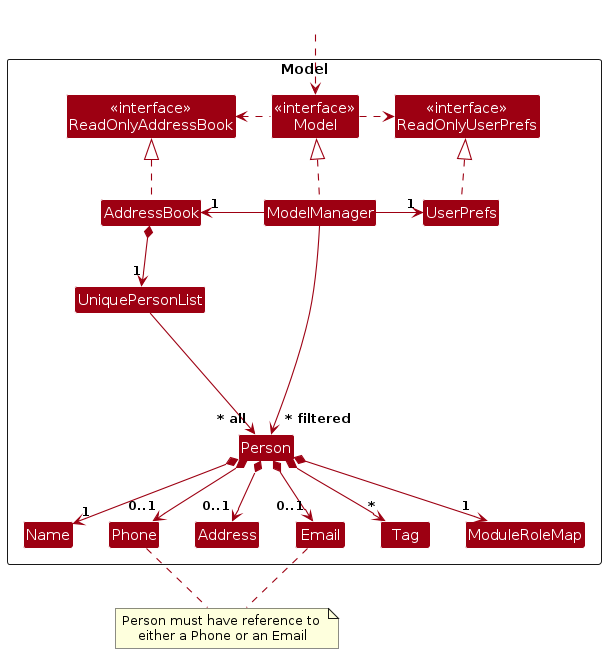
Before: diagrams/ModelClassDiagram.png, a diagram exported from PlantUML (AY2425S1-CS2103T-F12-1/tp). Its source is kept beside it as diagrams/ModelClassDiagram.puml.
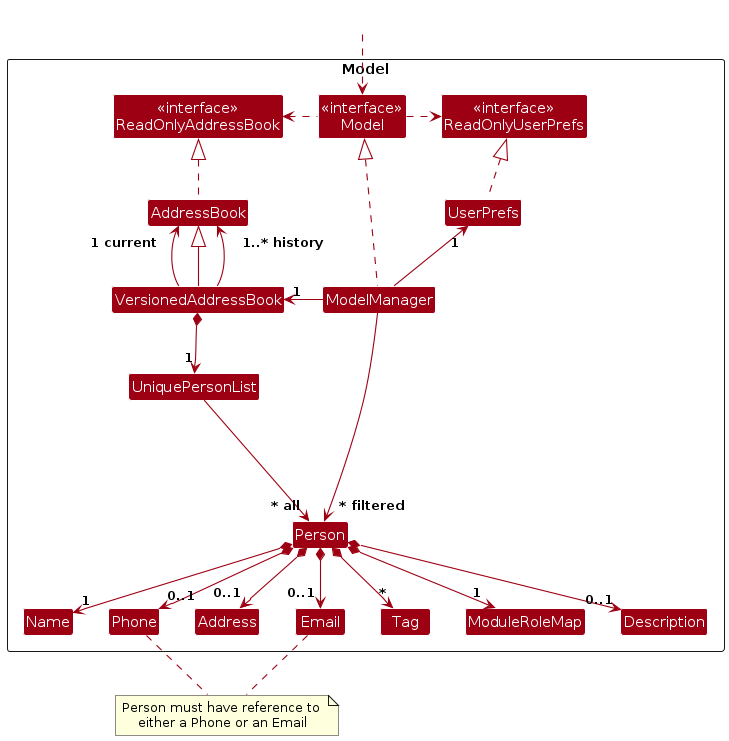
Later version of the same file.

The edit, as a diff of the source:
```diff
@@ -4,49 +4,56 @@
 skinparam arrowColor MODEL_COLOR
 skinparam classBackgroundColor MODEL_COLOR
 
+
 Package Model as ModelPackage <<Rectangle>>{
-Class "<<interface>>\nReadOnlyAddressBook" as ReadOnlyAddressBook
-Class "<<interface>>\nReadOnlyUserPrefs" as ReadOnlyUserPrefs
-Class "<<interface>>\nModel" as Model
-Class AddressBook
-Class ModelManager
-Class UserPrefs
+    Class "<<interface>>\nReadOnlyAddressBook" as ReadOnlyAddressBook
+    Class "<<interface>>\nReadOnlyUserPrefs" as ReadOnlyUserPrefs
+    Class "<<interface>>\nModel" as Model
+    Class AddressBook
+    Class VersionedAddressBook
+    Class ModelManager
+    Class UserPrefs
 
-Class UniquePersonList
-Class Person
-Class Address
-Class Email
-Class Name
-Class Phone
-Class Tag
-Class ModuleRoleMap
+    Class UniquePersonList
+    Class Person
+    Class Address
+    Class Email
+    Class Name
+    Class Phone
+    Class Tag
+    Class ModuleRoleMap
+    Class Description
 
-Class I #FFFFFF
+    Class I #FFFFFF
 }
 
 Class HiddenOutside #FFFFFF
 HiddenOutside ..> Model
 
 AddressBook .up.|> ReadOnlyAddressBook
+VersionedAddressBook -up-> "1 current" AddressBook
+VersionedAddressBook -up-|> AddressBook
+VersionedAddressBook -up-> "1..* history" AddressBook
 
 ModelManager .up.|> Model
 Model .right.> ReadOnlyUserPrefs
 Model .left.> ReadOnlyAddressBook
-ModelManager -left-> "1" AddressBook
-ModelManager -right-> "1" UserPrefs
+ModelManager -left-> "1" VersionedAddressBook
+ModelManager -up-> "1" UserPrefs
 UserPrefs .up.|> ReadOnlyUserPrefs
 
-AddressBook *--> "1" UniquePersonList
-UniquePersonList --> "~* all" Person
+VersionedAddressBook *-down-> "1" UniquePersonList
+UniquePersonList -down-> "~* all" Person
 Person *--> "1" Name
 Person *--> "0..1" Phone
 Person *--> "0..1" Email
 note "Person must have reference to \neither a Phone or an Email" as N1
 Phone .. N1
 Email .. N1
-Person *--> "0..1"Address
+Person *--> "0..1" Address
 Person *--> "*" Tag
 Person *--> "1" ModuleRoleMap
+Person *--> "0..1" Description
 
 Person -[hidden]up--> I
 UniquePersonList -[hidden]right-> I
```
